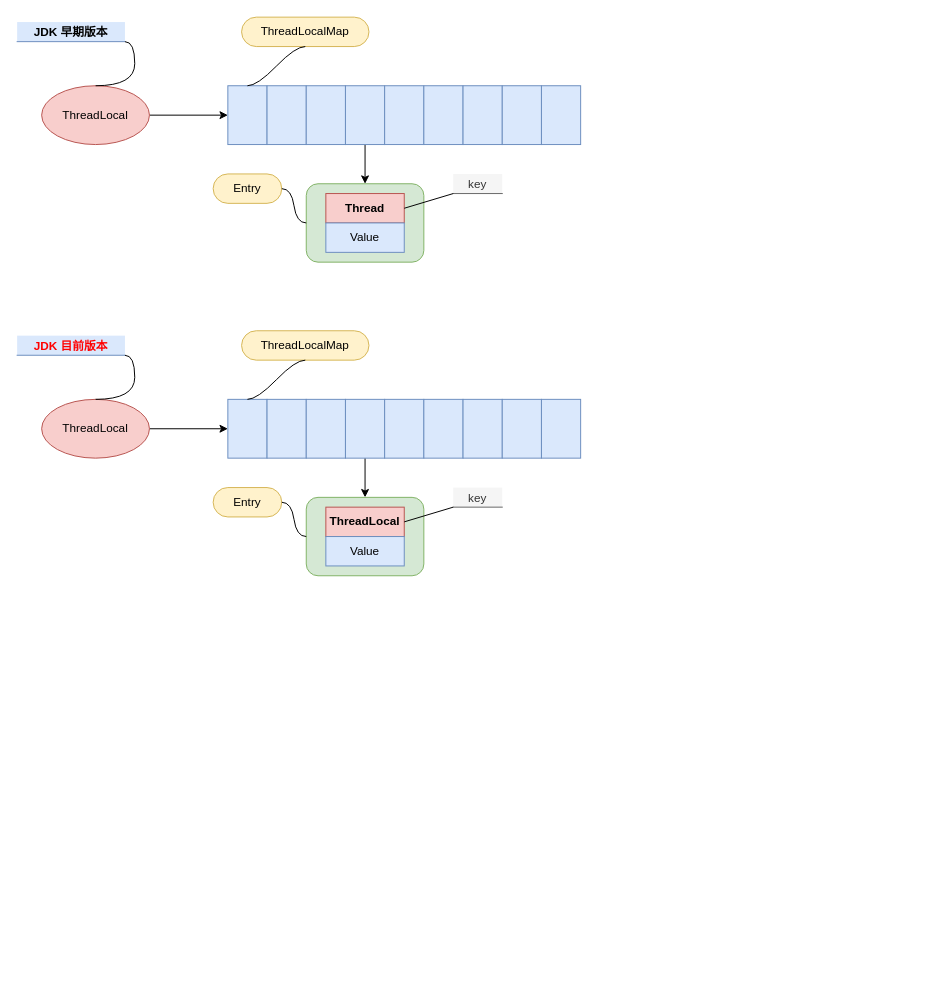
This is juc/ThreadLocal.drawio from thebesteric/draw.io, a draw.io file, before an edit. Source tidied: cells renumbered, new cells numbered last; positions are measured from the earlier drawing's top-left corner, leaving out a move shared by most shapes. Both pictures are drawn from the tidied source at 98%, with x=0, y=0 at pixel (17, 17).
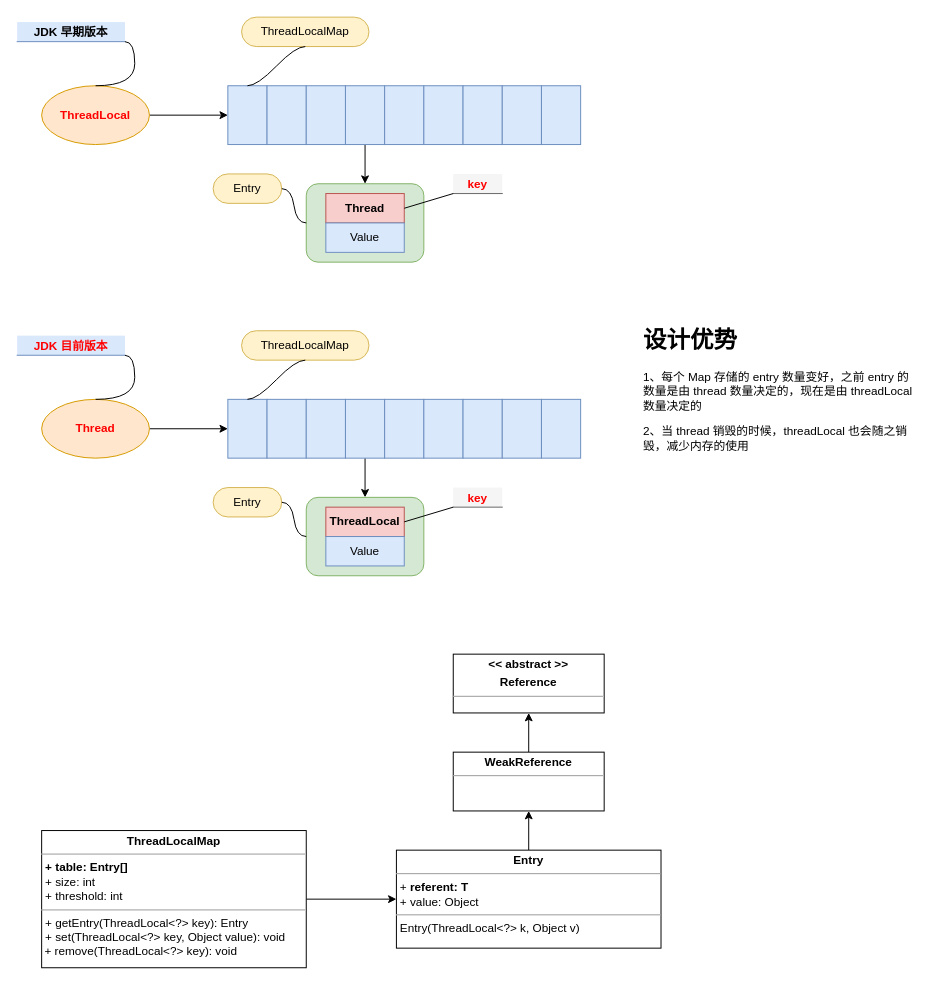
The same page after the edit.

Change to the diagram source:
```diff
@@
-    <mxCell id="3" value="ThreadLocal" style="ellipse;whiteSpace=wrap;html=1;fillColor=#f8cecc;strokeColor=#b85450;" parent="1" vertex="1">
+    <mxCell id="3" value="ThreadLocal" style="ellipse;whiteSpace=wrap;html=1;fontStyle=1;fillColor=#ffe6cc;strokeColor=#d79b00;fontColor=#FF0000;" parent="1" vertex="1">
       <mxGeometry x="25" y="70" width="110" height="60" as="geometry" />
     </mxCell>
@@
-    <mxCell id="20" value="ThreadLocal" style="ellipse;whiteSpace=wrap;html=1;fillColor=#f8cecc;strokeColor=#b85450;" parent="1" vertex="1">
+    <mxCell id="20" value="Thread" style="ellipse;whiteSpace=wrap;html=1;fillColor=#ffe6cc;strokeColor=#d79b00;fontStyle=1;fontColor=#FF0000;" parent="1" vertex="1">
       <mxGeometry x="25" y="390" width="110" height="60" as="geometry" />
     </mxCell>
@@
-    <mxCell id="44" value="key" style="whiteSpace=wrap;html=1;shape=partialRectangle;top=0;left=0;bottom=1;right=0;points=[[0,1],[1,1]];fillColor=#f5f5f5;align=center;verticalAlign=bottom;routingCenterY=0.5;snapToPoint=1;newEdgeStyle={&quot;edgeStyle&quot;:&quot;entityRelationEdgeStyle&quot;,&quot;startArrow&quot;:&quot;none&quot;,&quot;endArrow&quot;:&quot;none&quot;,&quot;segment&quot;:10,&quot;curved&quot;:1};fontColor=#333333;strokeColor=#666666;" parent="1" vertex="1">
+    <mxCell id="44" value="key" style="whiteSpace=wrap;html=1;shape=partialRectangle;top=0;left=0;bottom=1;right=0;points=[[0,1],[1,1]];fillColor=#f5f5f5;align=center;verticalAlign=bottom;routingCenterY=0.5;snapToPoint=1;newEdgeStyle={&quot;edgeStyle&quot;:&quot;entityRelationEdgeStyle&quot;,&quot;startArrow&quot;:&quot;none&quot;,&quot;endArrow&quot;:&quot;none&quot;,&quot;segment&quot;:10,&quot;curved&quot;:1};fontColor=#FF0000;strokeColor=#666666;fontStyle=1;" parent="1" vertex="1">
       <mxGeometry x="445" y="160" width="50" height="20" as="geometry" />
     </mxCell>
@@
-    <mxCell id="46" value="key" style="whiteSpace=wrap;html=1;shape=partialRectangle;top=0;left=0;bottom=1;right=0;points=[[0,1],[1,1]];fillColor=#f5f5f5;align=center;verticalAlign=bottom;routingCenterY=0.5;snapToPoint=1;newEdgeStyle={&quot;edgeStyle&quot;:&quot;entityRelationEdgeStyle&quot;,&quot;startArrow&quot;:&quot;none&quot;,&quot;endArrow&quot;:&quot;none&quot;,&quot;segment&quot;:10,&quot;curved&quot;:1};fontColor=#333333;strokeColor=#666666;" parent="1" vertex="1">
+    <mxCell id="46" value="key" style="whiteSpace=wrap;html=1;shape=partialRectangle;top=0;left=0;bottom=1;right=0;points=[[0,1],[1,1]];fillColor=#f5f5f5;align=center;verticalAlign=bottom;routingCenterY=0.5;snapToPoint=1;newEdgeStyle={&quot;edgeStyle&quot;:&quot;entityRelationEdgeStyle&quot;,&quot;startArrow&quot;:&quot;none&quot;,&quot;endArrow&quot;:&quot;none&quot;,&quot;segment&quot;:10,&quot;curved&quot;:1};fontColor=#FF0000;strokeColor=#666666;fontStyle=1;" parent="1" vertex="1">
       <mxGeometry x="445" y="480" width="50" height="20" as="geometry" />
     </mxCell>
@@
+    <mxCell id="48" value="&lt;h1&gt;设计优势&lt;/h1&gt;&lt;p&gt;1、每个 Map 存储的 entry 数量变好，之前 entry 的数量是由 thread 数量决定的，现在是由 threadLocal 数量决定的&lt;/p&gt;&lt;p&gt;2、当 thread 销毁的时候，threadLocal 也会随之销毁，减少内存的使用&lt;/p&gt;" style="text;html=1;strokeColor=none;fillColor=none;spacing=5;spacingTop=-20;whiteSpace=wrap;overflow=hidden;rounded=0;fontColor=#000000;fontStyle=0;" parent="1" vertex="1">
+      <mxGeometry x="634" y="310" width="290" height="150" as="geometry" />
+    </mxCell>
+    <mxCell id="49" style="edgeStyle=orthogonalEdgeStyle;rounded=0;jettySize=auto;html=1;exitX=1;exitY=0.5;exitDx=0;exitDy=0;entryX=0;entryY=0.5;entryDx=0;entryDy=0;fontColor=#000000;" parent="1" edge="1" source="50" target="52">
+      <mxGeometry relative="1" as="geometry" />
+    </mxCell>
+    <mxCell id="50" value="&lt;p style=&quot;margin: 0px ; margin-top: 4px ; text-align: center&quot;&gt;&lt;b&gt;ThreadLocalMap&lt;/b&gt;&lt;/p&gt;&lt;hr size=&quot;1&quot;&gt;&lt;p style=&quot;margin: 0px ; margin-left: 4px&quot;&gt;&lt;b&gt;+ table: Entry[]&lt;/b&gt;&lt;/p&gt;&lt;p style=&quot;margin: 0px ; margin-left: 4px&quot;&gt;+ size: int&lt;br&gt;&lt;/p&gt;&lt;p style=&quot;margin: 0px ; margin-left: 4px&quot;&gt;+ threshold: int&lt;/p&gt;&lt;hr size=&quot;1&quot;&gt;&lt;p style=&quot;margin: 0px ; margin-left: 4px&quot;&gt;+ getEntry(ThreadLocal&amp;lt;?&amp;gt; key): Entry&lt;/p&gt;&lt;p style=&quot;margin: 0px ; margin-left: 4px&quot;&gt;+ set(ThreadLocal&amp;lt;?&amp;gt; key, Object value): void&lt;/p&gt;&amp;nbsp;+&amp;nbsp;&lt;span&gt;remove(ThreadLocal&amp;lt;?&amp;gt; key): void&lt;/span&gt;" style="verticalAlign=top;align=left;overflow=fill;fontSize=12;fontFamily=Helvetica;html=1;fontColor=#000000;" parent="1" vertex="1">
+      <mxGeometry x="25" y="830" width="270" height="140" as="geometry" />
+    </mxCell>
+    <mxCell id="51" style="edgeStyle=orthogonalEdgeStyle;rounded=0;jettySize=auto;html=1;exitX=0.5;exitY=0;exitDx=0;exitDy=0;entryX=0.5;entryY=1;entryDx=0;entryDy=0;fontColor=#000000;" parent="1" edge="1" source="52" target="54">
+      <mxGeometry relative="1" as="geometry" />
+    </mxCell>
+    <mxCell id="52" value="&lt;p style=&quot;margin: 0px ; margin-top: 4px ; text-align: center&quot;&gt;&lt;b&gt;Entry&lt;/b&gt;&lt;/p&gt;&lt;hr size=&quot;1&quot;&gt;&lt;p style=&quot;margin: 0px ; margin-left: 4px&quot;&gt;+ &lt;b&gt;referent: T&lt;/b&gt;&lt;/p&gt;&lt;p style=&quot;margin: 0px ; margin-left: 4px&quot;&gt;+ value: Object&lt;/p&gt;&lt;hr size=&quot;1&quot;&gt;&lt;p style=&quot;margin: 0px ; margin-left: 4px&quot;&gt;Entry(ThreadLocal&amp;lt;?&amp;gt; k, Object v)&lt;br&gt;&lt;/p&gt;" style="verticalAlign=top;align=left;overflow=fill;fontSize=12;fontFamily=Helvetica;html=1;fontColor=#000000;" parent="1" vertex="1">
+      <mxGeometry x="387" y="850" width="270" height="100" as="geometry" />
+    </mxCell>
+    <mxCell id="53" style="edgeStyle=orthogonalEdgeStyle;rounded=0;jettySize=auto;html=1;exitX=0.5;exitY=0;exitDx=0;exitDy=0;fontColor=#000000;" parent="1" edge="1" source="54" target="55">
+      <mxGeometry relative="1" as="geometry" />
+    </mxCell>
+    <mxCell id="54" value="&lt;p style=&quot;margin: 0px ; margin-top: 4px ; text-align: center&quot;&gt;&lt;b&gt;WeakReference&lt;/b&gt;&lt;/p&gt;&lt;hr size=&quot;1&quot;&gt;&lt;p style=&quot;margin: 0px ; margin-left: 4px&quot;&gt;&lt;/p&gt;&lt;p style=&quot;margin: 0px ; margin-left: 4px&quot;&gt;&lt;br&gt;&lt;/p&gt;" style="verticalAlign=top;align=left;overflow=fill;fontSize=12;fontFamily=Helvetica;html=1;fontColor=#000000;" parent="1" vertex="1">
+      <mxGeometry x="445" y="750" width="154" height="60" as="geometry" />
+    </mxCell>
+    <mxCell id="55" value="&lt;p style=&quot;margin: 0px ; margin-top: 4px ; text-align: center&quot;&gt;&lt;b&gt;&amp;lt;&amp;lt; abstract &amp;gt;&amp;gt;&lt;/b&gt;&lt;/p&gt;&lt;p style=&quot;margin: 0px ; margin-top: 4px ; text-align: center&quot;&gt;&lt;b&gt;Reference&lt;/b&gt;&lt;/p&gt;&lt;hr size=&quot;1&quot;&gt;&lt;p style=&quot;margin: 0px ; margin-left: 4px&quot;&gt;&lt;/p&gt;&lt;p style=&quot;margin: 0px ; margin-left: 4px&quot;&gt;&lt;br&gt;&lt;/p&gt;" style="verticalAlign=top;align=left;overflow=fill;fontSize=12;fontFamily=Helvetica;html=1;fontColor=#000000;" parent="1" vertex="1">
+      <mxGeometry x="445" y="650" width="154" height="60" as="geometry" />
+    </mxCell>
```
